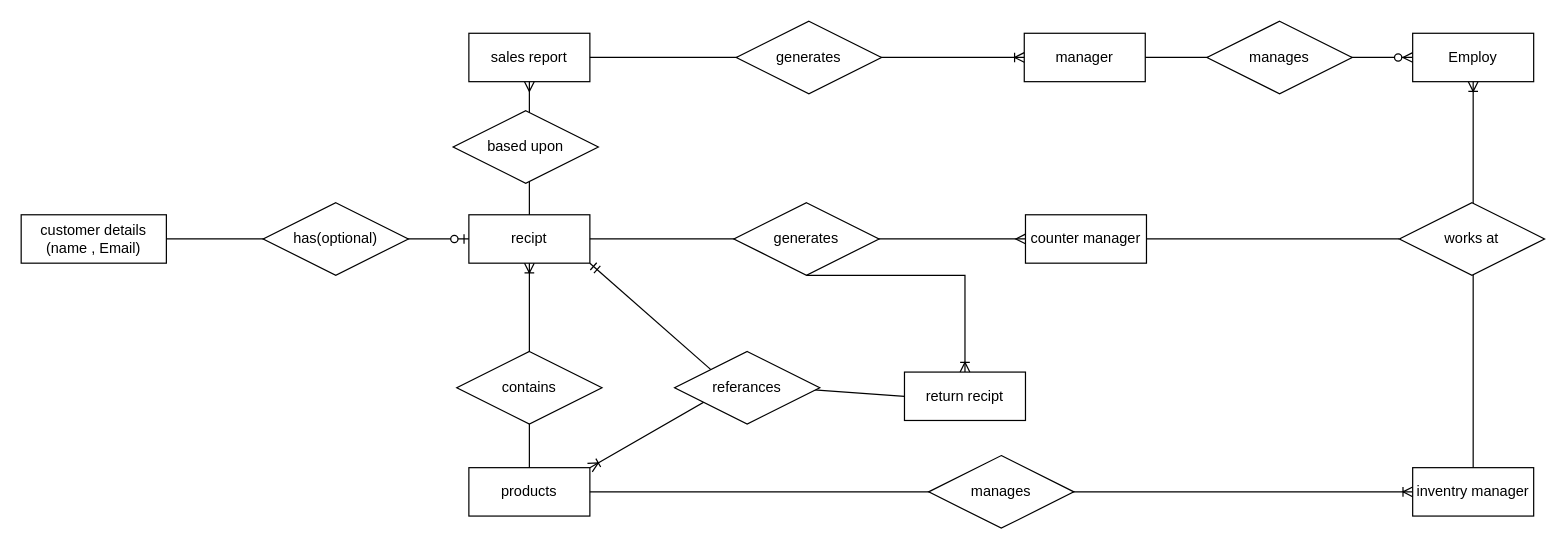
This is page "Page-1" (1 of 2) of recipt_project/documentation/Database Design ERT diagram .drawio from FawadSaqlain/DBMS-PROJECT, a draw.io file, before an edit. Source tidied: cells renumbered, new cells numbered last; positions are measured from the earlier drawing's top-left corner, leaving out a move shared by most shapes. Both pictures are drawn from the tidied source at 121%, with x=0, y=0 at pixel (21, 21).
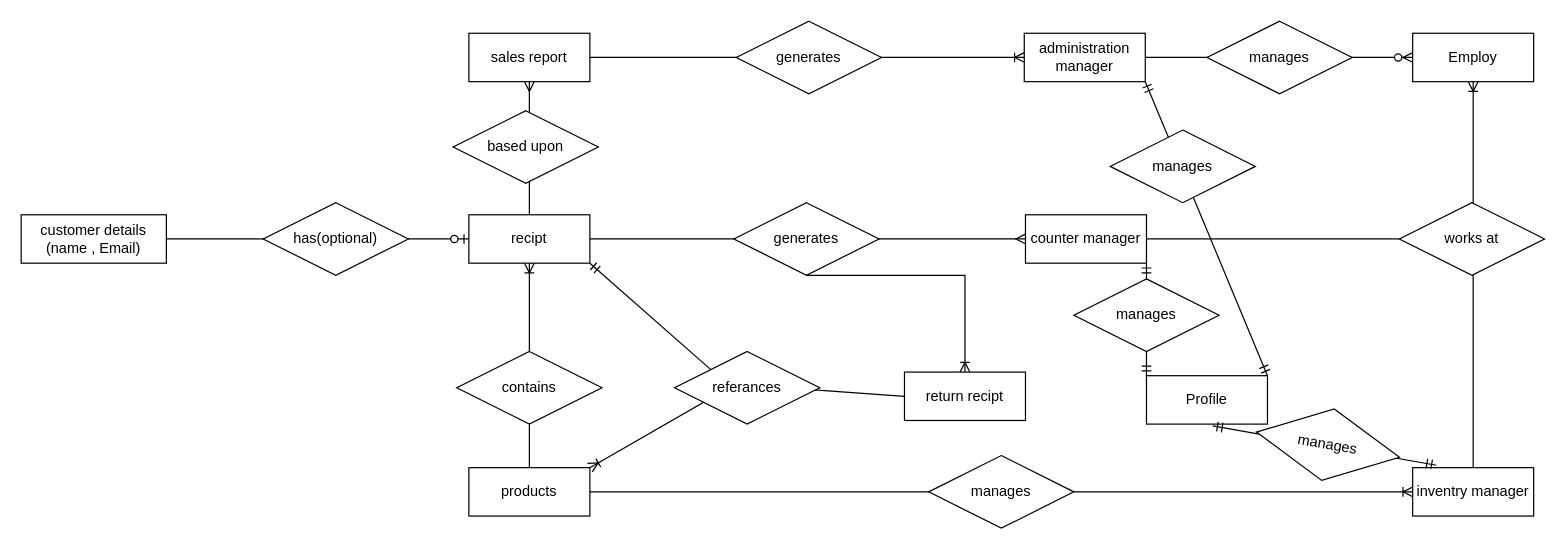
The same diagram, later.

The change refers to these unchanged cells:
```xml
<mxCell id="8" value="counter manager" style="whiteSpace=wrap;html=1;align=center;" parent="1" vertex="1">
  <mxGeometry x="830" y="160" width="100" height="40" as="geometry" />
</mxCell>
<mxCell id="9" value="inventry manager" style="whiteSpace=wrap;html=1;align=center;" parent="1" vertex="1">
  <mxGeometry x="1150" y="369" width="100" height="40" as="geometry" />
</mxCell>
```

Change to the diagram source:
```diff
@@
-    <mxCell id="3" value="manager" style="whiteSpace=wrap;html=1;align=center;" parent="1" vertex="1">
+    <mxCell id="3" value="administration manager" style="whiteSpace=wrap;html=1;align=center;" parent="1" vertex="1">
       <mxGeometry x="829" y="10" width="100" height="40" as="geometry" />
     </mxCell>
@@
+    <mxCell id="32" value="Profile" style="whiteSpace=wrap;html=1;align=center;" parent="1" vertex="1">
+      <mxGeometry x="930" y="293" width="100" height="40" as="geometry" />
+    </mxCell>
+    <mxCell id="33" style="fontSize=12;html=1;endArrow=ERmandOne;startArrow=ERmandOne;rounded=0;exitX=0.547;exitY=1.036;exitDx=0;exitDy=0;exitPerimeter=0;entryX=0.196;entryY=-0.05;entryDx=0;entryDy=0;entryPerimeter=0;" parent="1" edge="1" source="32" target="9">
+      <mxGeometry relative="1" as="geometry" />
+    </mxCell>
+    <mxCell id="34" style="fontSize=12;html=1;endArrow=ERmandOne;startArrow=ERmandOne;rounded=0;exitX=1;exitY=0;exitDx=0;exitDy=0;entryX=1;entryY=1;entryDx=0;entryDy=0;" parent="1" edge="1" source="32" target="3">
+      <mxGeometry relative="1" as="geometry" />
+    </mxCell>
+    <mxCell id="35" style="fontSize=12;html=1;endArrow=ERmandOne;startArrow=ERmandOne;rounded=0;entryX=0;entryY=0;entryDx=0;entryDy=0;exitX=1;exitY=1;exitDx=0;exitDy=0;" parent="1" edge="1" source="8" target="32">
+      <mxGeometry relative="1" as="geometry" />
+    </mxCell>
+    <mxCell id="36" value="manages" style="shape=rhombus;perimeter=rhombusPerimeter;whiteSpace=wrap;html=1;align=center;rotation=0;" parent="1" vertex="1">
+      <mxGeometry x="900" y="90" width="120" height="60" as="geometry" />
+    </mxCell>
+    <mxCell id="37" value="manages" style="shape=rhombus;perimeter=rhombusPerimeter;whiteSpace=wrap;html=1;align=center;rotation=10;" parent="1" vertex="1">
+      <mxGeometry x="1020" y="320" width="120" height="60" as="geometry" />
+    </mxCell>
+    <mxCell id="38" value="manages" style="shape=rhombus;perimeter=rhombusPerimeter;whiteSpace=wrap;html=1;align=center;" parent="1" vertex="1">
+      <mxGeometry x="870" y="213" width="120" height="60" as="geometry" />
+    </mxCell>
```
